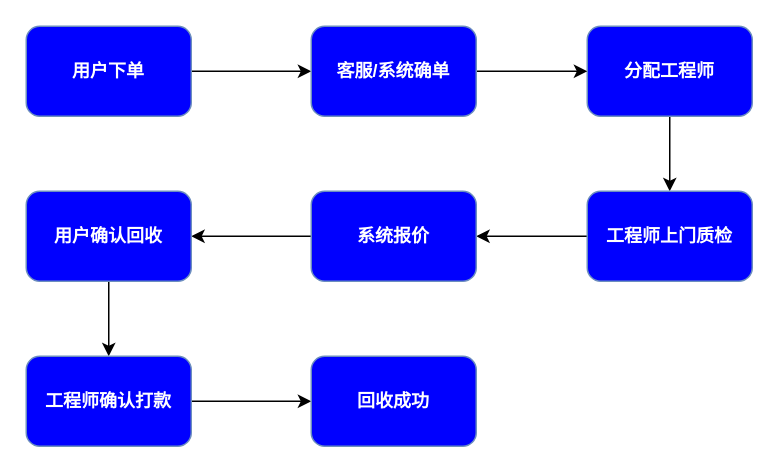
The draw.io diagram page "业务" (8 of 13) of Untitled Diagram.drawio in win0909/000, before the edit. Source tidied: cells renumbered, new cells numbered last; positions are measured from the earlier drawing's top-left corner, leaving out a move shared by most shapes. Both pictures are drawn from the tidied source at 150%, with x=0, y=0 at pixel (26, 26).
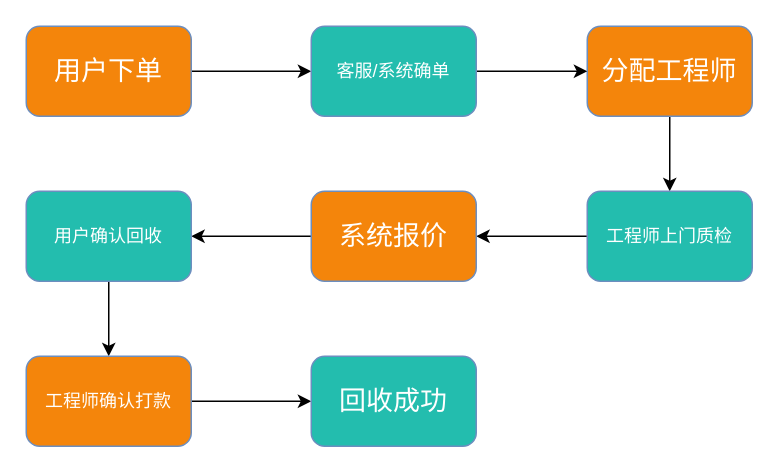
The same diagram, later.

What changed in the source:
```diff
@@
 <mxGraphModel>
   <root>
     <mxCell id="0" />
     <mxCell id="1" parent="0" />
     <mxCell id="2" style="edgeStyle=orthogonalEdgeStyle;rounded=0;jettySize=auto;html=1;fontColor=#FFFFFF;" parent="1" edge="1" source="3" target="9">
       <mxGeometry relative="1" as="geometry" />
     </mxCell>
-    <mxCell id="3" value="&lt;font color=&quot;#ffffff&quot;&gt;&lt;b&gt;用户下单&lt;/b&gt;&lt;/font&gt;" style="rounded=1;whiteSpace=wrap;html=1;fillColor=#0000ff;strokeColor=#6c8ebf;" parent="1" vertex="1">
+    <mxCell id="3" value="&lt;font color=&quot;#ffffff&quot; style=&quot;font-size: 18px&quot;&gt;用户下单&lt;/font&gt;" style="rounded=1;whiteSpace=wrap;html=1;fillColor=#F4850B;strokeColor=#6c8ebf;" parent="1" vertex="1">
       <mxGeometry width="110" height="60" as="geometry" />
     </mxCell>
     <mxCell id="4" style="edgeStyle=orthogonalEdgeStyle;rounded=0;jettySize=auto;html=1;fontColor=#FFFFFF;" parent="1" edge="1" source="5" target="7">
       <mxGeometry relative="1" as="geometry" />
     </mxCell>
-    <mxCell id="5" value="&lt;font color=&quot;#ffffff&quot;&gt;&lt;b&gt;分配工程师&lt;/b&gt;&lt;/font&gt;" style="rounded=1;whiteSpace=wrap;html=1;fillColor=#0000ff;strokeColor=#6c8ebf;" parent="1" vertex="1">
+    <mxCell id="5" value="&lt;font color=&quot;#ffffff&quot; style=&quot;font-size: 18px&quot;&gt;分配工程师&lt;/font&gt;" style="rounded=1;whiteSpace=wrap;html=1;fillColor=#F4850B;strokeColor=#6c8ebf;" parent="1" vertex="1">
       <mxGeometry x="374" width="110" height="60" as="geometry" />
     </mxCell>
     <mxCell id="6" style="edgeStyle=orthogonalEdgeStyle;rounded=0;jettySize=auto;html=1;fontColor=#FFFFFF;" parent="1" edge="1" source="7" target="11">
       <mxGeometry relative="1" as="geometry" />
     </mxCell>
-    <mxCell id="7" value="&lt;font color=&quot;#ffffff&quot;&gt;&lt;b&gt;工程师上门质检&lt;/b&gt;&lt;/font&gt;" style="rounded=1;whiteSpace=wrap;html=1;fillColor=#0000ff;strokeColor=#6c8ebf;" parent="1" vertex="1">
+    <mxCell id="7" value="&lt;font color=&quot;#ffffff&quot;&gt;工程师上门质检&lt;/font&gt;" style="rounded=1;whiteSpace=wrap;html=1;fillColor=#23BDAE;strokeColor=#6c8ebf;" parent="1" vertex="1">
       <mxGeometry x="374" y="110" width="110" height="60" as="geometry" />
     </mxCell>
     <mxCell id="8" style="edgeStyle=orthogonalEdgeStyle;rounded=0;jettySize=auto;html=1;fontColor=#FFFFFF;" parent="1" edge="1" source="9" target="5">
       <mxGeometry relative="1" as="geometry" />
     </mxCell>
-    <mxCell id="9" value="&lt;font color=&quot;#ffffff&quot;&gt;&lt;b&gt;客服/系统确单&lt;/b&gt;&lt;/font&gt;" style="rounded=1;whiteSpace=wrap;html=1;fillColor=#0000ff;strokeColor=#6c8ebf;" parent="1" vertex="1">
+    <mxCell id="9" value="&lt;font color=&quot;#ffffff&quot;&gt;客服/系统确单&lt;/font&gt;" style="rounded=1;whiteSpace=wrap;html=1;fillColor=#23BDAE;strokeColor=#6c8ebf;" parent="1" vertex="1">
       <mxGeometry x="190" width="110" height="60" as="geometry" />
     </mxCell>
     <mxCell id="10" style="edgeStyle=orthogonalEdgeStyle;rounded=0;jettySize=auto;html=1;fontColor=#FFFFFF;" parent="1" edge="1" source="11" target="13">
       <mxGeometry relative="1" as="geometry" />
     </mxCell>
-    <mxCell id="11" value="&lt;font color=&quot;#ffffff&quot;&gt;&lt;b&gt;系统报价&lt;/b&gt;&lt;/font&gt;" style="rounded=1;whiteSpace=wrap;html=1;fillColor=#0000ff;strokeColor=#6c8ebf;" parent="1" vertex="1">
+    <mxCell id="11" value="&lt;font color=&quot;#ffffff&quot; style=&quot;font-size: 18px&quot;&gt;系统报价&lt;/font&gt;" style="rounded=1;whiteSpace=wrap;html=1;fillColor=#F4850B;strokeColor=#6c8ebf;" parent="1" vertex="1">
       <mxGeometry x="190" y="110" width="110" height="60" as="geometry" />
     </mxCell>
     <mxCell id="12" style="edgeStyle=orthogonalEdgeStyle;rounded=0;jettySize=auto;html=1;fontColor=#FFFFFF;" parent="1" edge="1" source="13" target="15">
       <mxGeometry relative="1" as="geometry" />
     </mxCell>
-    <mxCell id="13" value="&lt;font color=&quot;#ffffff&quot;&gt;&lt;b&gt;用户确认回收&lt;/b&gt;&lt;/font&gt;" style="rounded=1;whiteSpace=wrap;html=1;fillColor=#0000ff;strokeColor=#6c8ebf;" parent="1" vertex="1">
+    <mxCell id="13" value="&lt;font color=&quot;#ffffff&quot;&gt;用户确认回收&lt;/font&gt;" style="rounded=1;whiteSpace=wrap;html=1;fillColor=#23BDAE;strokeColor=#6c8ebf;" parent="1" vertex="1">
       <mxGeometry y="110" width="110" height="60" as="geometry" />
     </mxCell>
     <mxCell id="14" style="edgeStyle=orthogonalEdgeStyle;rounded=0;jettySize=auto;html=1;fontColor=#FFFFFF;" parent="1" edge="1" source="15" target="16">
       <mxGeometry relative="1" as="geometry" />
     </mxCell>
-    <mxCell id="15" value="&lt;font color=&quot;#ffffff&quot;&gt;&lt;b&gt;工程师确认打款&lt;/b&gt;&lt;/font&gt;" style="rounded=1;whiteSpace=wrap;html=1;fillColor=#0000ff;strokeColor=#6c8ebf;" parent="1" vertex="1">
+    <mxCell id="15" value="&lt;font color=&quot;#ffffff&quot;&gt;工程师确认打款&lt;/font&gt;" style="rounded=1;whiteSpace=wrap;html=1;fillColor=#F4850B;strokeColor=#6c8ebf;" parent="1" vertex="1">
       <mxGeometry y="220" width="110" height="60" as="geometry" />
     </mxCell>
-    <mxCell id="16" value="&lt;font color=&quot;#ffffff&quot;&gt;&lt;b&gt;回收成功&lt;/b&gt;&lt;/font&gt;" style="rounded=1;whiteSpace=wrap;html=1;fillColor=#0000ff;strokeColor=#6c8ebf;" parent="1" vertex="1">
+    <mxCell id="16" value="&lt;font color=&quot;#ffffff&quot; style=&quot;font-size: 18px&quot;&gt;回收成功&lt;/font&gt;" style="rounded=1;whiteSpace=wrap;html=1;fillColor=#23BDAE;strokeColor=#6c8ebf;" parent="1" vertex="1">
       <mxGeometry x="190" y="220" width="110" height="60" as="geometry" />
     </mxCell>
   </root>
 </mxGraphModel>
```
